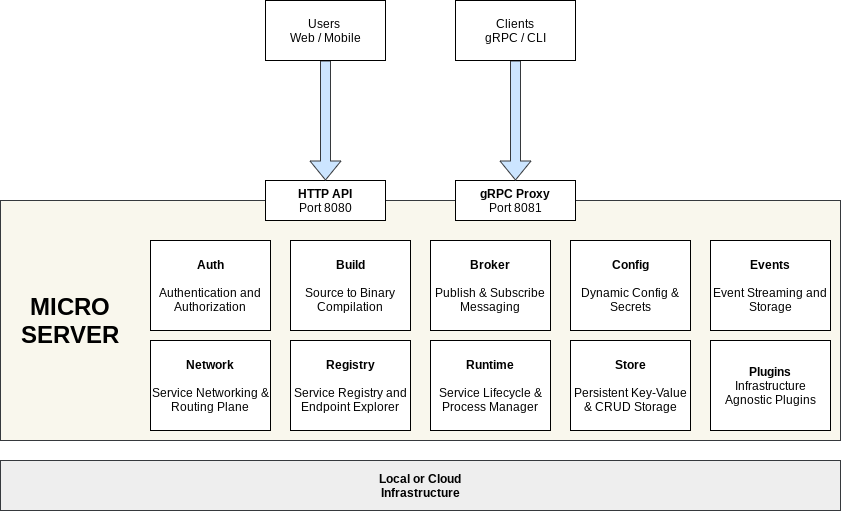
Above: docs/images/micro-3.0.png in micro/micro (draw.io), before the change. Source tidied: cells renumbered, new cells last; positions are measured from the earlier drawing's top-left corner, leaving out a move shared by most shapes.
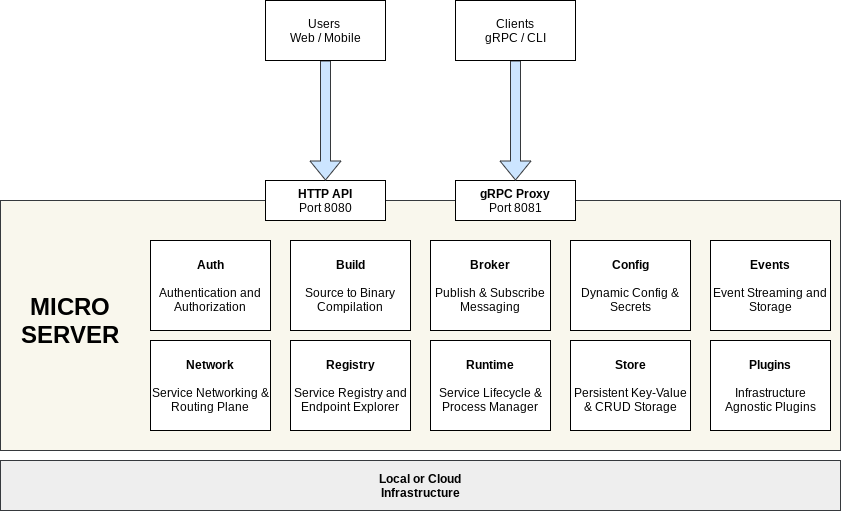
After the change.

What changed in the source:
```diff
@@ -3,7 +3,7 @@
     <mxCell id="0" />
     <mxCell id="1" parent="0" />
     <mxCell id="2" style="rounded=0;whiteSpace=wrap;html=1;fillColor=#f9f7ed;strokeColor=#36393d;" parent="1" vertex="1">
-      <mxGeometry y="200" width="840" height="240" as="geometry" />
+      <mxGeometry y="200" width="840" height="250" as="geometry" />
     </mxCell>
     <mxCell id="3" value="&lt;b&gt;HTTP API&lt;/b&gt;&lt;br&gt;Port 8080" style="rounded=0;whiteSpace=wrap;html=1;" parent="1" vertex="1">
       <mxGeometry x="265" y="180" width="120" height="40" as="geometry" />
@@ -53,7 +53,7 @@
     <mxCell id="18" value="&lt;b&gt;Local or Cloud&lt;br&gt;Infrastructure&lt;br&gt;&lt;/b&gt;" style="rounded=0;whiteSpace=wrap;html=1;fillColor=#eeeeee;strokeColor=#36393d;" parent="1" vertex="1">
       <mxGeometry y="460" width="840" height="50" as="geometry" />
     </mxCell>
-    <mxCell id="19" value="&lt;b&gt;Plugins&lt;/b&gt;&lt;br&gt;Infrastructure Agnostic Plugins" style="rounded=0;whiteSpace=wrap;html=1;" parent="1" vertex="1">
+    <mxCell id="19" value="&lt;b&gt;Plugins&lt;br&gt;&lt;/b&gt;&lt;br&gt;Infrastructure Agnostic Plugins" style="rounded=0;whiteSpace=wrap;html=1;" parent="1" vertex="1">
       <mxGeometry x="710" y="340" width="120" height="90" as="geometry" />
     </mxCell>
     <mxCell id="20" value="&lt;b&gt;&lt;font style=&quot;font-size: 24px&quot;&gt;MICRO&lt;br&gt;SERVER&lt;br&gt;&lt;/font&gt;&lt;/b&gt;" style="text;html=1;strokeColor=none;fillColor=none;align=center;verticalAlign=middle;whiteSpace=wrap;rounded=0;direction=east;" parent="1" vertex="1">
```
